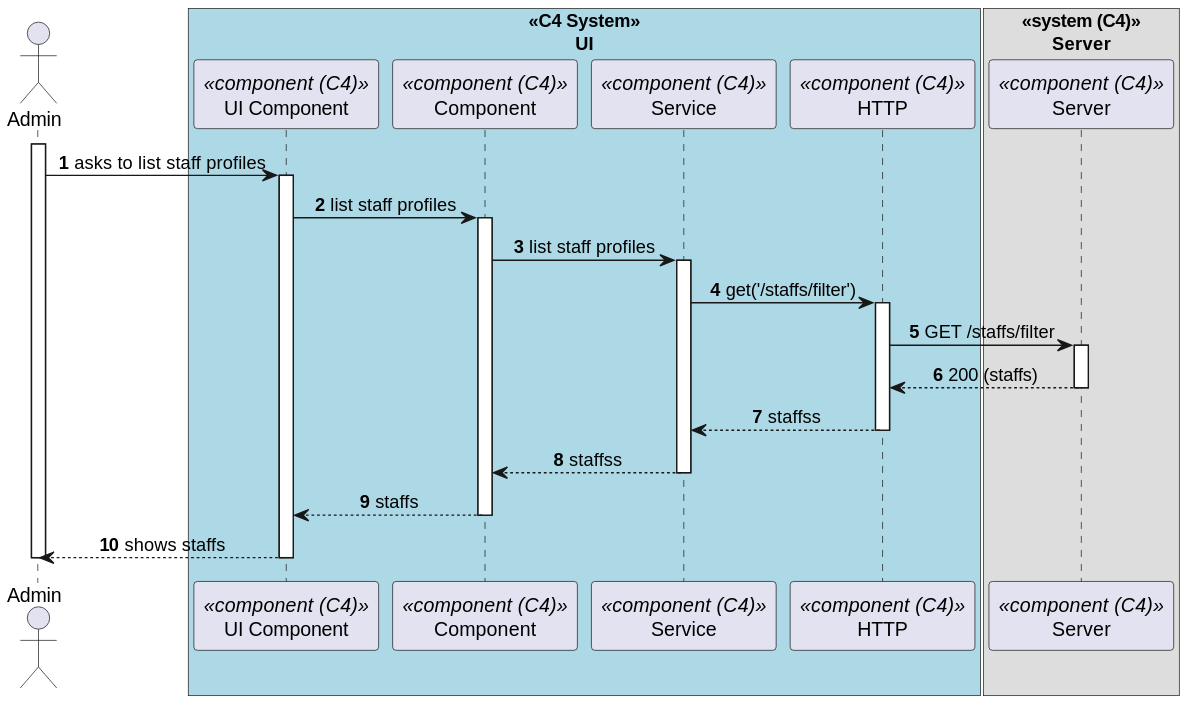
Before: docs/sprint-b/us-6.2.13/views/level3/process-view.svg, a diagram exported from PlantUML (1220846/sem5pi-24-25-3ddg20).
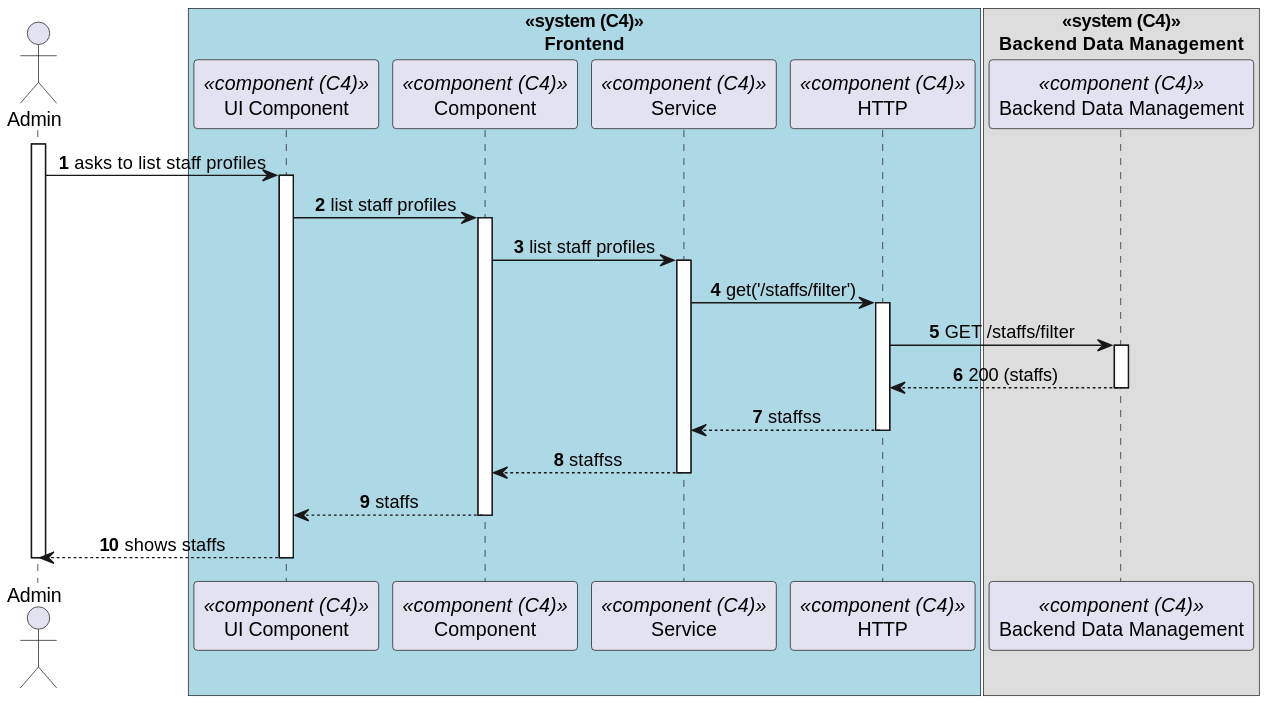
The same file after the commit.

What changed in the source:
```diff
@@ -2,15 +2,15 @@
 autonumber
 skinparam DefaultTextAlignment center
 actor Admin as "Admin"
-box "<<C4 System>>\nUI"#LightBlue
+box "<<system (C4)>>\nFrontend"#LightBlue
     participant ComponentUI as "UI Component" <<component (C4)>>
     participant Component as "Component" <<component (C4)>>
     participant SRV as "Service" <<component (C4)>>
     participant HTTP as "HTTP" <<component (C4)>>
 end box
 
-box "<<system (C4)>>\nServer"
-  participant Server as "Server" <<component (C4)>>
+box "<<system (C4)>>\nBackend Data Management"
+  participant BackendDataManagement as "Backend Data Management" <<component (C4)>>
 end box
 
 activate Admin
@@ -22,10 +22,10 @@
             activate SRV
                 SRV -> HTTP : get('/staffs/filter')
                 activate HTTP
-                    HTTP -> Server : GET /staffs/filter
-                    activate Server
-                        Server --> HTTP : 200 (staffs)
-                    deactivate Server
+                    HTTP -> BackendDataManagement : GET /staffs/filter
+                    activate BackendDataManagement
+                        BackendDataManagement --> HTTP : 200 (staffs)
+                    deactivate BackendDataManagement
                     HTTP --> SRV : staffss
                 deactivate HTTP
                 SRV --> Component : staffss
```
